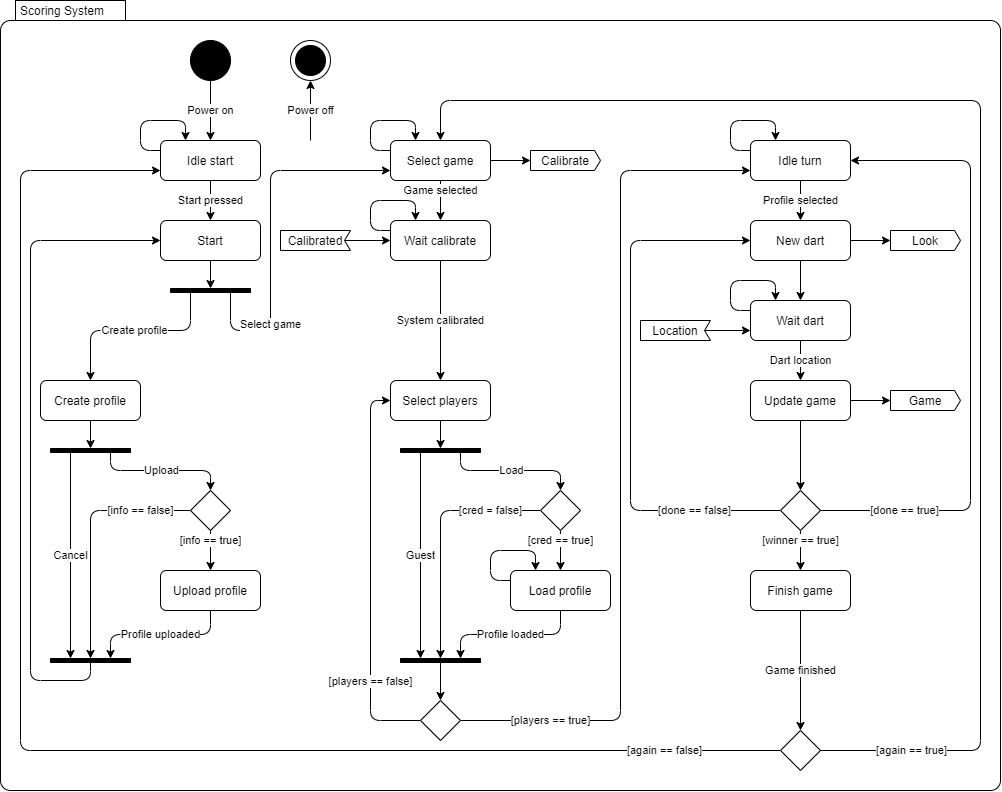
Above: documentation/Dart_Scoring_System_Schematics-Scoring System State.png in kparlak/dart-scoring-system (draw.io), before the change. Source tidied: cells renumbered, new cells last; positions are measured from the earlier drawing's top-left corner, leaving out a move shared by most shapes.
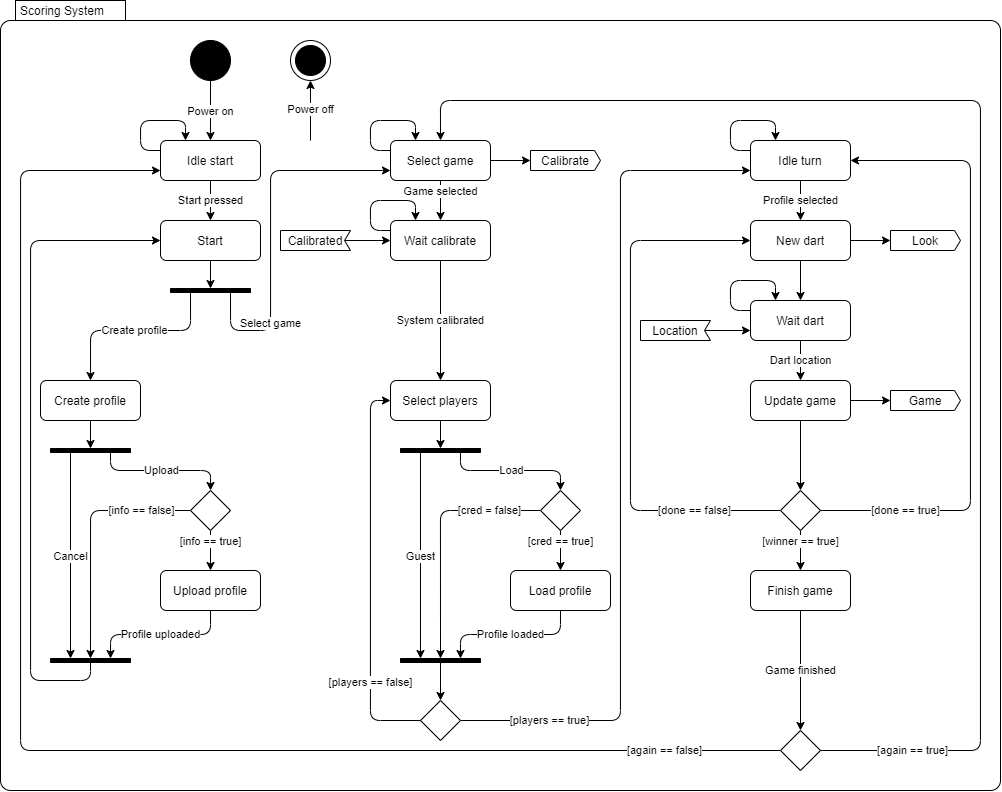
After the commit.

Commit message:
19 design dart game implementations (#60)

What changed in the source:
```diff
@@ -273,15 +273,6 @@
     <mxCell id="67" style="shape=rect;html=1;fillColor=#000000;verticalLabelPosition=bottom;verticalAlignment=top;rotation=90;" parent="1" vertex="1">
       <mxGeometry x="438" y="620" width="4" height="80" as="geometry" />
     </mxCell>
-    <mxCell id="68" style="edgeStyle=orthogonalEdgeStyle;rounded=1;orthogonalLoop=1;jettySize=auto;html=1;exitX=0;exitY=0.25;exitDx=0;exitDy=0;entryX=0.25;entryY=0;entryDx=0;entryDy=0;" parent="1" edge="1" source="65" target="65">
-      <mxGeometry relative="1" as="geometry">
-        <Array as="points">
-          <mxPoint x="490" y="580" />
-          <mxPoint x="490" y="550" />
-          <mxPoint x="535" y="550" />
-        </Array>
-      </mxGeometry>
-    </mxCell>
     <mxCell id="69" style="edgeStyle=orthogonalEdgeStyle;rounded=1;jumpStyle=arc;orthogonalLoop=1;jettySize=auto;html=1;exitX=0;exitY=0.25;exitDx=0;exitDy=0;entryX=0.25;entryY=0;entryDx=0;entryDy=0;" parent="1" edge="1" source="28" target="28">
       <mxGeometry relative="1" as="geometry">
         <Array as="points">
```
